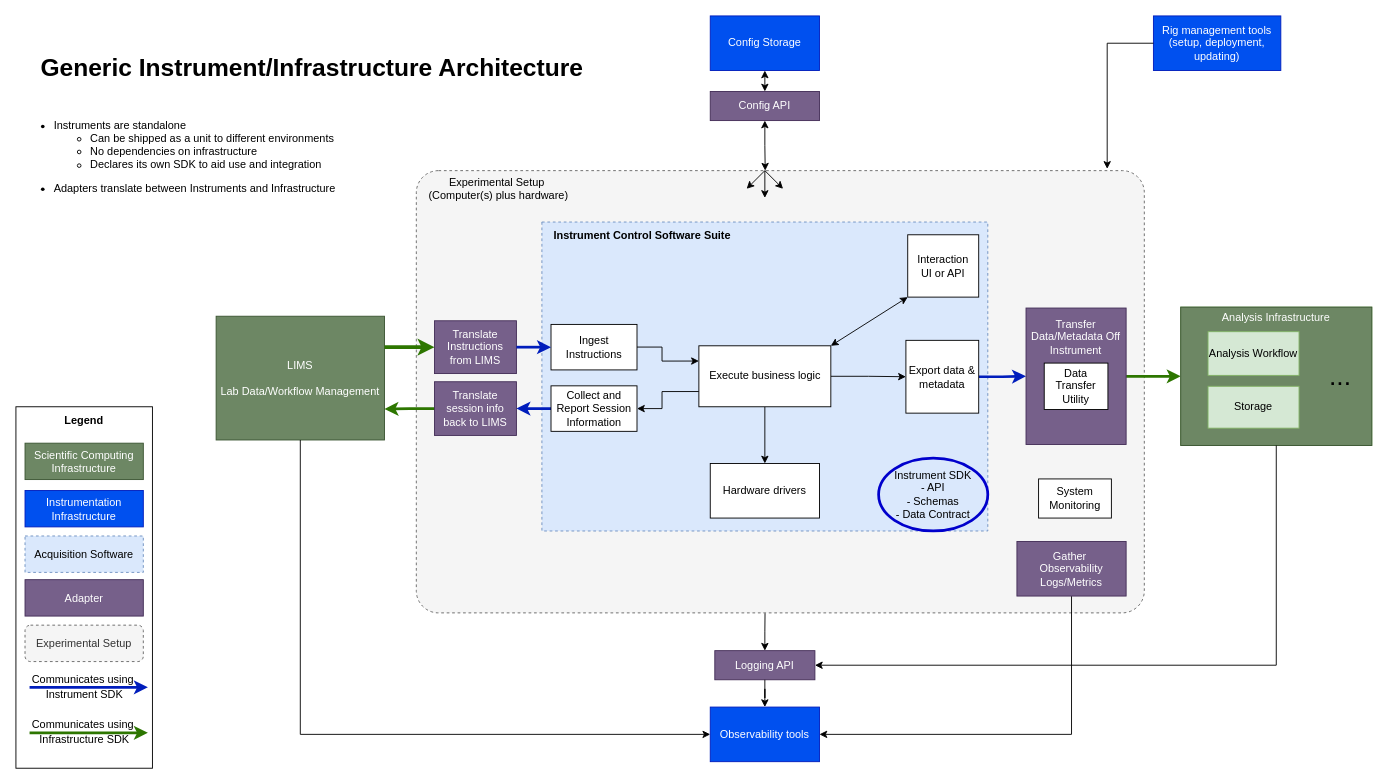
This is docs/source/diagrams/mid_level/sipe_instrument.drawio from AllenNeuralDynamics/aind-software-docs, a draw.io file, before an edit. Source tidied: cells renumbered, new cells numbered last; positions are measured from the earlier drawing's top-left corner, leaving out a move shared by most shapes. Both pictures are drawn from the tidied source at 91%, with x=0, y=0 at pixel (15, 15).
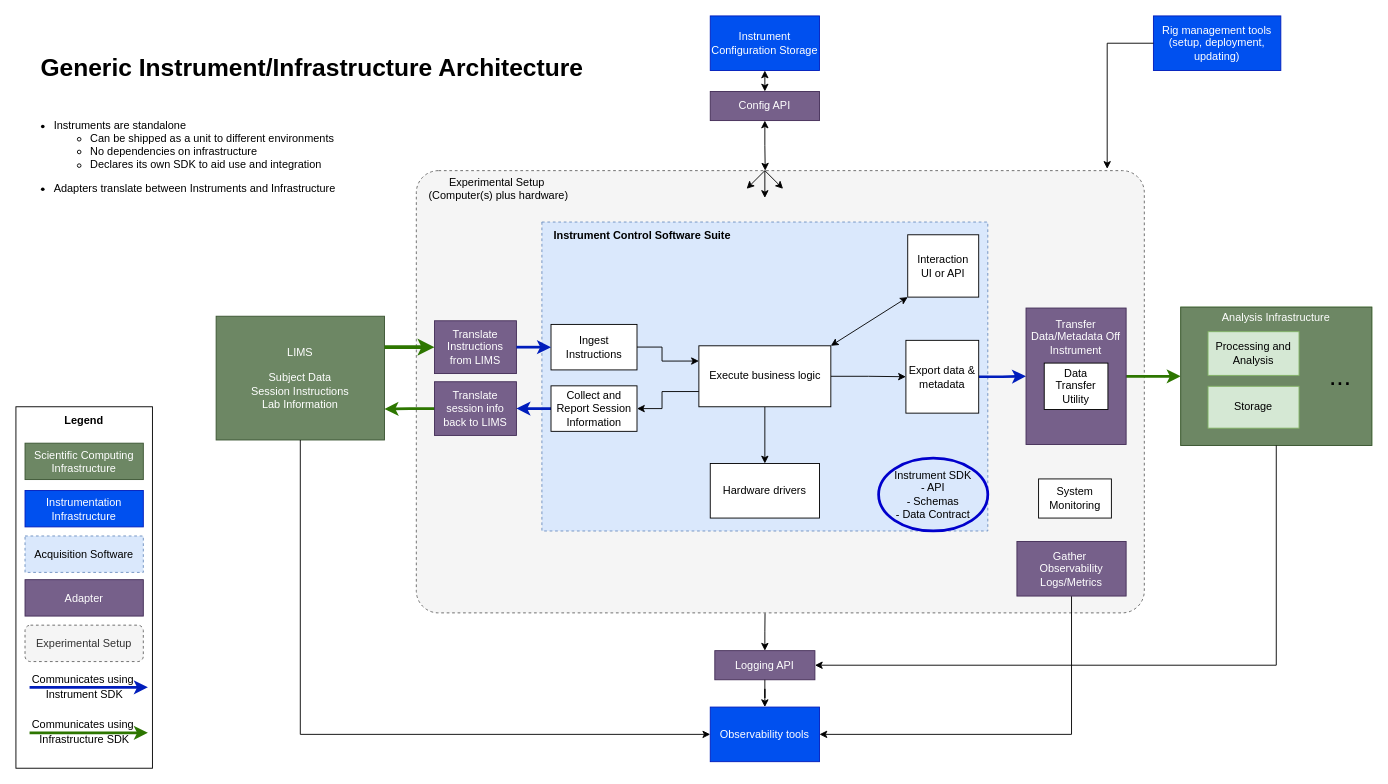
Above is the later version.

Unchanged cells that the change refers to:
```xml
<mxCell id="47" style="group;fillColor=#d5e8d4;strokeColor=#82b366;" parent="1" vertex="1">
  <mxGeometry x="1280" y="320" width="210" height="152" as="geometry" />
</mxCell>
```

Change to the diagram source:
```diff
@@
-    <mxCell id="5" value="LIMS&lt;div&gt;&lt;br&gt;&lt;div&gt;Lab Data/&lt;span style=&quot;background-color: initial;&quot;&gt;Workflow Management&lt;/span&gt;&lt;/div&gt;&lt;/div&gt;" style="rounded=0;whiteSpace=wrap;html=1;fillColor=#6d8764;fontColor=#ffffff;strokeColor=#3A5431;" parent="1" vertex="1">
+    <mxCell id="5" value="LIMS&lt;div&gt;&lt;br&gt;&lt;/div&gt;&lt;div&gt;Subject Data&lt;/div&gt;&lt;div&gt;Session Instructions&lt;/div&gt;&lt;div&gt;Lab Information&lt;/div&gt;" style="rounded=0;whiteSpace=wrap;html=1;fillColor=#6d8764;fontColor=#ffffff;strokeColor=#3A5431;" parent="1" vertex="1">
       <mxGeometry x="220" y="330" width="185" height="136" as="geometry" />
     </mxCell>
@@
-    <mxCell id="9" value="Config Storage" style="rounded=0;whiteSpace=wrap;html=1;fillColor=#0050ef;fontColor=#ffffff;strokeColor=#001DBC;" parent="1" vertex="1">
+    <mxCell id="9" value="Instrument Configuration Storage" style="rounded=0;whiteSpace=wrap;html=1;fillColor=#0050ef;fontColor=#ffffff;strokeColor=#001DBC;" parent="1" vertex="1">
       <mxGeometry x="763" width="120" height="60" as="geometry" />
     </mxCell>
@@
-    <mxCell id="50" value="Analysis Workflow" style="rounded=0;whiteSpace=wrap;html=1;fillColor=#d5e8d4;strokeColor=#82b366;" parent="47" vertex="1">
+    <mxCell id="50" value="Processing and Analysis" style="rounded=0;whiteSpace=wrap;html=1;fillColor=#d5e8d4;strokeColor=#82b366;" parent="47" vertex="1">
       <mxGeometry x="30" y="27" width="100" height="48" as="geometry" />
     </mxCell>
```
